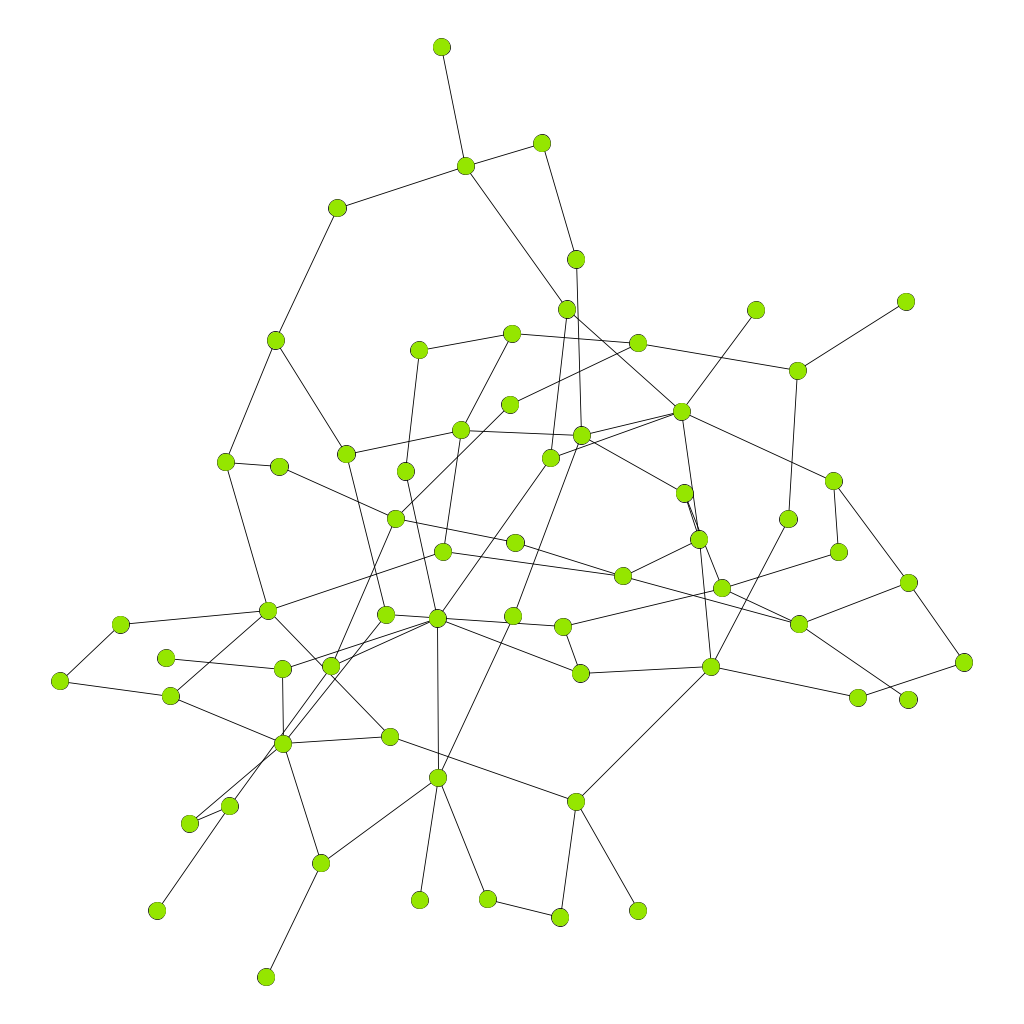
This is Imágenes/Grafos/70/Erdos-Renyi_Graph70.png from rMelendez96/Projects-ADA, a Graphviz export, as it was before one commit. Its source is kept beside it as Archivos GV/Grafos/70/Erdos-Renyi_Graph70.gv.
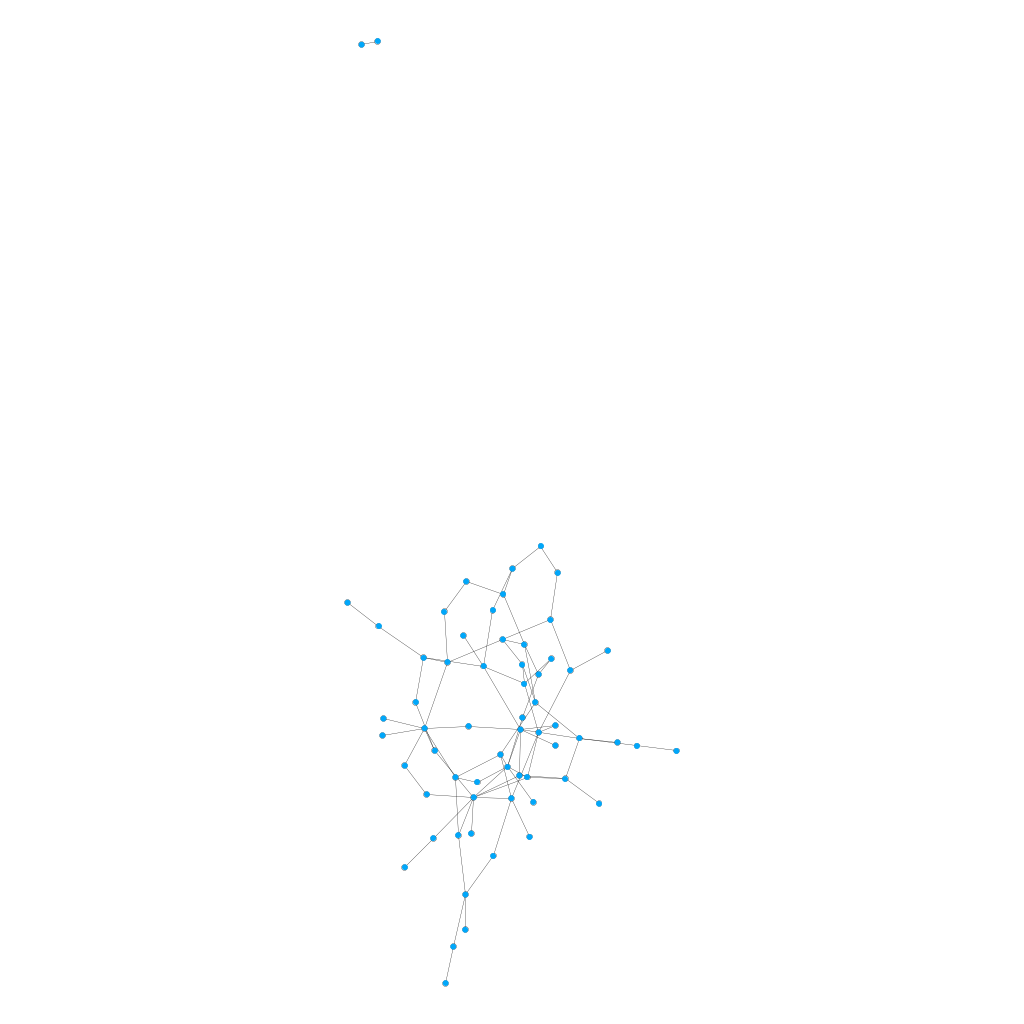
The same diagram one commit later.

Change to the diagram source:
```diff
@@ -1,91 +1,89 @@
 graph{
-51 -- 30;
-63 -- 60;
-27 -- 20;
-11 -- 43;
-32 -- 34;
-15 -- 2;
-37 -- 64;
-33 -- 48;
-32 -- 68;
-18 -- 27;
-41 -- 43;
-65 -- 43;
-17 -- 4;
-21 -- 47;
-30 -- 34;
-33 -- 68;
-35 -- 41;
-39 -- 12;
-36 -- 35;
-18 -- 51;
-62 -- 49;
-56 -- 45;
-46 -- 40;
-63 -- 64;
-0 -- 62;
-33 -- 47;
-53 -- 66;
-8 -- 41;
-64 -- 29;
-63 -- 19;
-50 -- 53;
-56 -- 35;
-38 -- 67;
-10 -- 45;
-18 -- 6;
-60 -- 53;
-17 -- 15;
-23 -- 35;
-15 -- 1;
-4 -- 46;
-18 -- 9;
-67 -- 31;
-9 -- 67;
-11 -- 25;
-50 -- 21;
-21 -- 31;
-64 -- 6;
-58 -- 55;
-38 -- 69;
-43 -- 23;
-1 -- 65;
-25 -- 22;
-58 -- 49;
-12 -- 24;
-19 -- 69;
-59 -- 9;
-18 -- 58;
-66 -- 31;
-0 -- 23;
-0 -- 7;
-24 -- 67;
-34 -- 1;
+62 -- 65;
+22 -- 9;
+67 -- 29;
+20 -- 44;
+4 -- 3;
+7 -- 36;
+44 -- 45;
+1 -- 25;
+4 -- 56;
+8 -- 5;
+45 -- 50;
+22 -- 65;
+10 -- 39;
+47 -- 52;
+58 -- 31;
+55 -- 60;
+38 -- 68;
+25 -- 55;
+47 -- 34;
+55 -- 64;
+32 -- 19;
+43 -- 10;
+27 -- 67;
+25 -- 24;
+45 -- 68;
+14 -- 19;
+51 -- 57;
+56 -- 28;
+10 -- 27;
+67 -- 12;
+10 -- 66;
+7 -- 45;
+55 -- 50;
+32 -- 11;
+8 -- 4;
+7 -- 66;
+29 -- 34;
+1 -- 19;
+20 -- 36;
+57 -- 43;
+37 -- 21;
+69 -- 65;
+23 -- 4;
+31 -- 20;
 57 -- 50;
-64 -- 31;
-52 -- 18;
-22 -- 1;
-25 -- 26;
-26 -- 46;
-5 -- 8;
-45 -- 52;
-11 -- 48;
-43 -- 5;
+49 -- 36;
+31 -- 55;
+65 -- 4;
+20 -- 43;
+48 -- 57;
+33 -- 60;
+20 -- 42;
+3 -- 20;
+16 -- 19;
+48 -- 55;
+8 -- 55;
+30 -- 31;
+39 -- 31;
+31 -- 28;
+5 -- 22;
+27 -- 62;
+4 -- 63;
+13 -- 9;
+37 -- 7;
+52 -- 68;
+25 -- 39;
+21 -- 27;
+15 -- 55;
+2 -- 61;
+54 -- 41;
+14 -- 55;
+39 -- 56;
+45 -- 25;
+43 -- 41;
+35 -- 4;
 22 -- 36;
-35 -- 55;
-59 -- 36;
-19 -- 50;
-53 -- 59;
-55 -- 14;
-37 -- 6;
-12 -- 32;
-52 -- 33;
-65 -- 21;
-58 -- 2;
-46 -- 37;
-15 -- 64;
-61 -- 58;
-67 -- 0;
-15 -- 66;
-35 -- 27;
+30 -- 21;
+29 -- 49;
+56 -- 14;
+26 -- 43;
+66 -- 62;
+18 -- 36;
+62 -- 52;
+48 -- 20;
+15 -- 23;
+50 -- 31;
+12 -- 69;
 }
```
